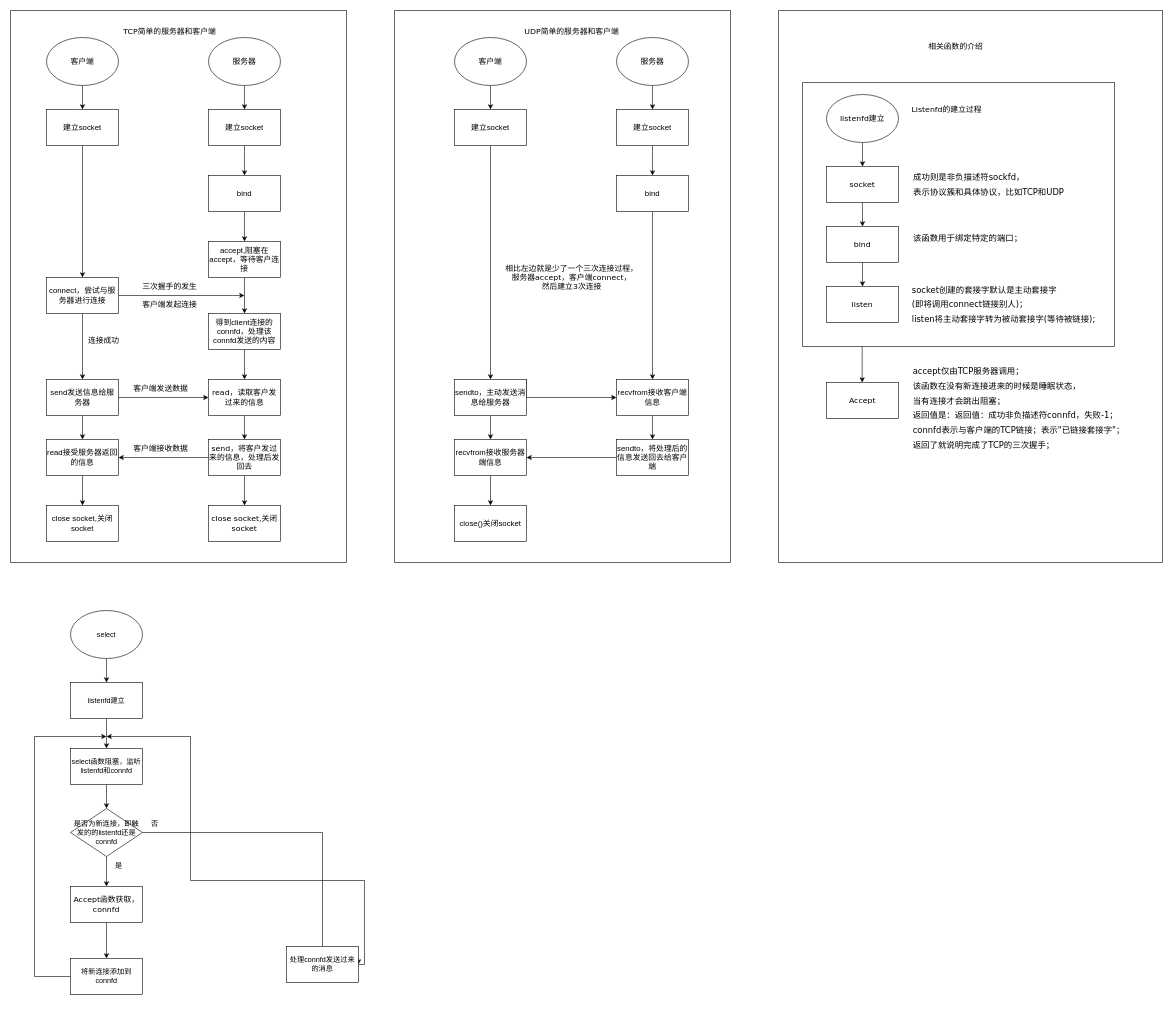
Above: TCP_UDP.drawio in zhouzhihui12/Drawio_drawing (draw.io), before the change. Source tidied: cells renumbered, new cells numbered last; positions are measured from the earlier drawing's top-left corner, leaving out a move shared by most shapes. Both pictures are drawn from the tidied source at 60%, with x=0, y=0 at pixel (10, 10).
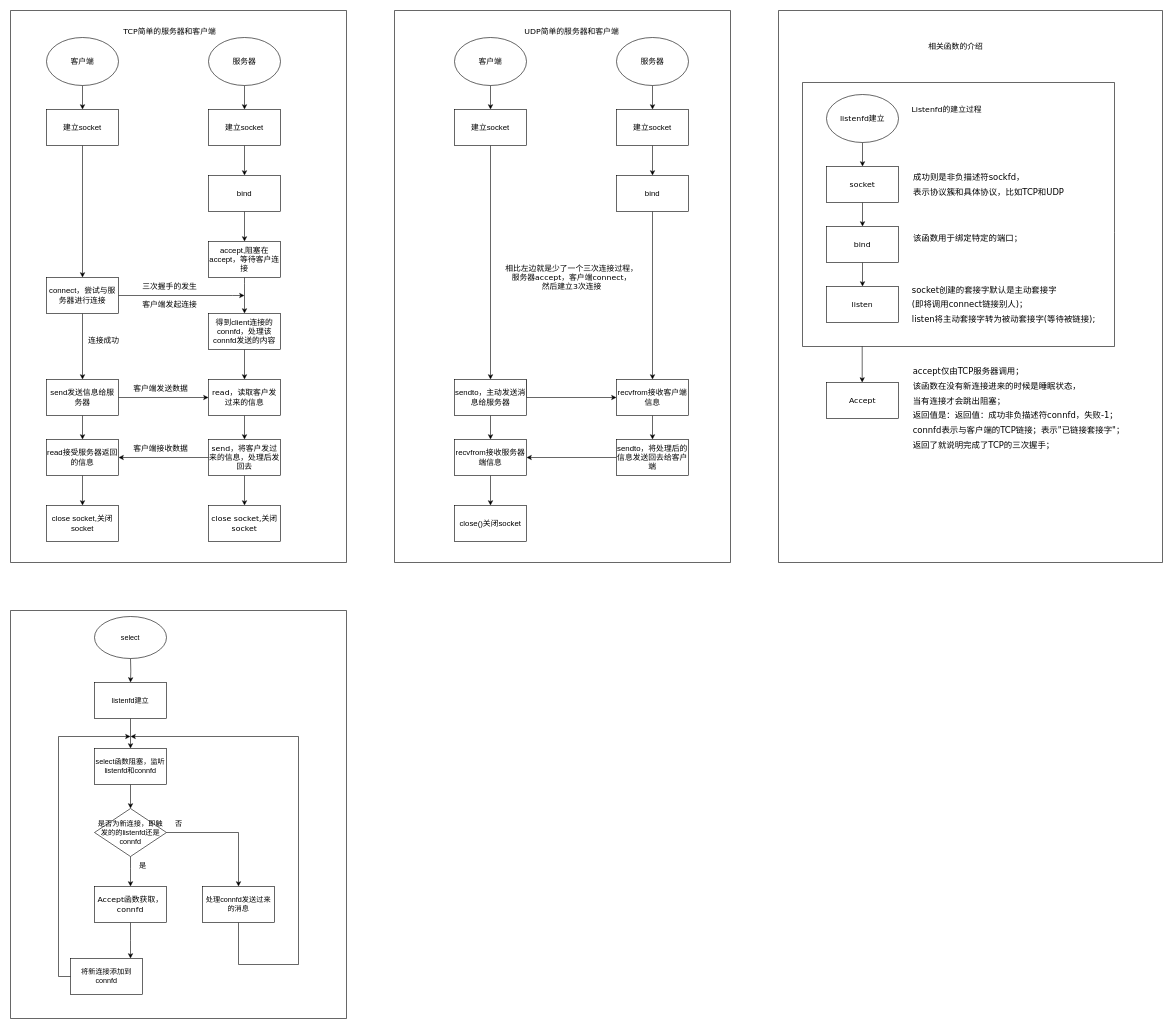
Above is the later version.

Unchanged cells that the change refers to:
```xml
<mxCell id="79" value="将新连接添加到connfd" style="whiteSpace=wrap;html=1;rounded=0;" parent="1" vertex="1">
  <mxGeometry x="100" y="1580" width="120" height="60" as="geometry" />
</mxCell>
```

The edit, as a diff of the source:
```diff
@@
-    <mxCell id="69" style="edgeStyle=orthogonalEdgeStyle;rounded=0;jettySize=auto;html=1;" parent="1" edge="1" source="70" target="72">
-      <mxGeometry relative="1" as="geometry" />
+    <mxCell id="69" style="edgeStyle=orthogonalEdgeStyle;rounded=0;jettySize=auto;html=1;" parent="1" edge="1" target="72">
+      <mxGeometry relative="1" as="geometry">
+        <mxPoint x="200" y="1080" as="sourcePoint" />
+      </mxGeometry>
     </mxCell>
     <mxCell id="70" value="select" style="ellipse;whiteSpace=wrap;html=1;" parent="1" vertex="1">
-      <mxGeometry x="100" y="1000" width="120" height="80" as="geometry" />
+      <mxGeometry x="140" y="1010" width="120" height="70" as="geometry" />
     </mxCell>
@@
     <mxCell id="72" value="listenfd建立" style="rounded=0;whiteSpace=wrap;html=1;" parent="1" vertex="1">
-      <mxGeometry x="100" y="1120" width="120" height="60" as="geometry" />
+      <mxGeometry x="140" y="1120" width="120" height="60" as="geometry" />
     </mxCell>
@@
     <mxCell id="74" value="select函数阻塞，监听listenfd和connfd" style="rounded=0;whiteSpace=wrap;html=1;" parent="1" vertex="1">
-      <mxGeometry x="100" y="1230" width="120" height="60" as="geometry" />
+      <mxGeometry x="140" y="1230" width="120" height="60" as="geometry" />
     </mxCell>
     <mxCell id="75" style="edgeStyle=orthogonalEdgeStyle;rounded=0;jettySize=auto;html=1;" parent="1" edge="1" source="77">
       <mxGeometry relative="1" as="geometry">
-        <mxPoint x="160" y="1460" as="targetPoint" />
+        <mxPoint x="200" y="1460" as="targetPoint" />
         <Array as="points">
-          <mxPoint x="160" y="1430" />
-          <mxPoint x="160" y="1430" />
+          <mxPoint x="200" y="1430" />
+          <mxPoint x="200" y="1430" />
         </Array>
       </mxGeometry>
     </mxCell>
-    <mxCell id="76" style="edgeStyle=orthogonalEdgeStyle;rounded=0;jettySize=auto;html=1;entryX=1;entryY=0.5;entryDx=0;entryDy=0;" parent="1" edge="1" source="77" target="81">
+    <mxCell id="76" style="edgeStyle=orthogonalEdgeStyle;rounded=0;jettySize=auto;html=1;entryX=0.5;entryY=0;entryDx=0;entryDy=0;" parent="1" edge="1" source="77" target="81">
       <mxGeometry relative="1" as="geometry">
         <Array as="points">
-          <mxPoint x="520" y="1370" />
-          <mxPoint x="520" y="1580" />
-          <mxPoint x="580" y="1580" />
+          <mxPoint x="380" y="1370" />
         </Array>
       </mxGeometry>
     </mxCell>
     <mxCell id="77" value="是否为新连接，即触发的的listenfd还是connfd" style="rhombus;whiteSpace=wrap;html=1;rounded=0;" parent="1" vertex="1">
-      <mxGeometry x="100" y="1330" width="120" height="80" as="geometry" />
+      <mxGeometry x="140" y="1330" width="120" height="80" as="geometry" />
     </mxCell>
-    <mxCell id="78" style="edgeStyle=orthogonalEdgeStyle;rounded=0;jettySize=auto;html=1;" parent="1" edge="1" source="79">
+    <mxCell id="78" style="edgeStyle=orthogonalEdgeStyle;rounded=0;orthogonalLoop=1;jettySize=auto;html=1;" parent="1" edge="1">
       <mxGeometry relative="1" as="geometry">
-        <mxPoint x="160" y="1210" as="targetPoint" />
+        <mxPoint x="140" y="1610" as="sourcePoint" />
+        <mxPoint x="200" y="1210" as="targetPoint" />
         <Array as="points">
-          <mxPoint x="40" y="1610" />
-          <mxPoint x="40" y="1210" />
+          <mxPoint x="80" y="1610" />
+          <mxPoint x="80" y="1210" />
         </Array>
       </mxGeometry>
     </mxCell>
@@
     <mxCell id="80" style="edgeStyle=orthogonalEdgeStyle;rounded=0;jettySize=auto;html=1;" parent="1" edge="1" source="81">
       <mxGeometry relative="1" as="geometry">
-        <mxPoint x="160" y="1210" as="targetPoint" />
+        <mxPoint x="200" y="1210" as="targetPoint" />
         <Array as="points">
-          <mxPoint x="590" y="1590" />
-          <mxPoint x="590" y="1450" />
-          <mxPoint x="300" y="1450" />
-          <mxPoint x="300" y="1210" />
+          <mxPoint x="380" y="1590" />
+          <mxPoint x="480" y="1590" />
+          <mxPoint x="480" y="1210" />
         </Array>
       </mxGeometry>
     </mxCell>
     <mxCell id="81" value="处理connfd发送过来的消息" style="rounded=0;whiteSpace=wrap;html=1;" parent="1" vertex="1">
-      <mxGeometry x="460" y="1560" width="120" height="60" as="geometry" />
+      <mxGeometry x="320" y="1460" width="120" height="60" as="geometry" />
     </mxCell>
     <mxCell id="82" value="是" style="text;html=1;align=center;verticalAlign=middle;strokeColor=none;fillColor=none;" parent="1" vertex="1">
-      <mxGeometry x="160" y="1410" width="40" height="30" as="geometry" />
+      <mxGeometry x="200" y="1410" width="40" height="30" as="geometry" />
     </mxCell>
     <mxCell id="83" value="否" style="text;html=1;align=center;verticalAlign=middle;strokeColor=none;fillColor=none;" parent="1" vertex="1">
-      <mxGeometry x="220" y="1340" width="40" height="30" as="geometry" />
+      <mxGeometry x="260" y="1340" width="40" height="30" as="geometry" />
     </mxCell>
-    <mxCell id="84" style="edgeStyle=orthogonalEdgeStyle;rounded=0;jettySize=auto;html=1;entryX=0.5;entryY=0;entryDx=0;entryDy=0;fontFamily=Verdana;fontSize=13;" parent="1" edge="1" source="85" target="79">
-      <mxGeometry relative="1" as="geometry" />
+    <mxCell id="84" style="edgeStyle=orthogonalEdgeStyle;rounded=0;jettySize=auto;html=1;entryX=0.5;entryY=0;entryDx=0;entryDy=0;fontFamily=Verdana;fontSize=13;" parent="1" edge="1" source="85">
+      <mxGeometry relative="1" as="geometry">
+        <mxPoint x="200" y="1580" as="targetPoint" />
+      </mxGeometry>
     </mxCell>
     <mxCell id="85" value="Accept函数获取，connfd" style="rounded=0;whiteSpace=wrap;html=1;fontFamily=Verdana;fontSize=13;" parent="1" vertex="1">
-      <mxGeometry x="100" y="1460" width="120" height="60" as="geometry" />
+      <mxGeometry x="140" y="1460" width="120" height="60" as="geometry" />
     </mxCell>
@@
+    <mxCell id="95" style="endArrow=none;html=1;rounded=0;fontFamily=Verdana;fontSize=13;" parent="1" edge="1">
+      <mxGeometry relative="1" as="geometry">
+        <mxPoint y="1000" as="sourcePoint" />
+        <mxPoint y="1000" as="targetPoint" />
+        <Array as="points">
+          <mxPoint y="1680" />
+          <mxPoint x="560" y="1680" />
+          <mxPoint x="560" y="1000" />
+        </Array>
+      </mxGeometry>
+    </mxCell>
```
